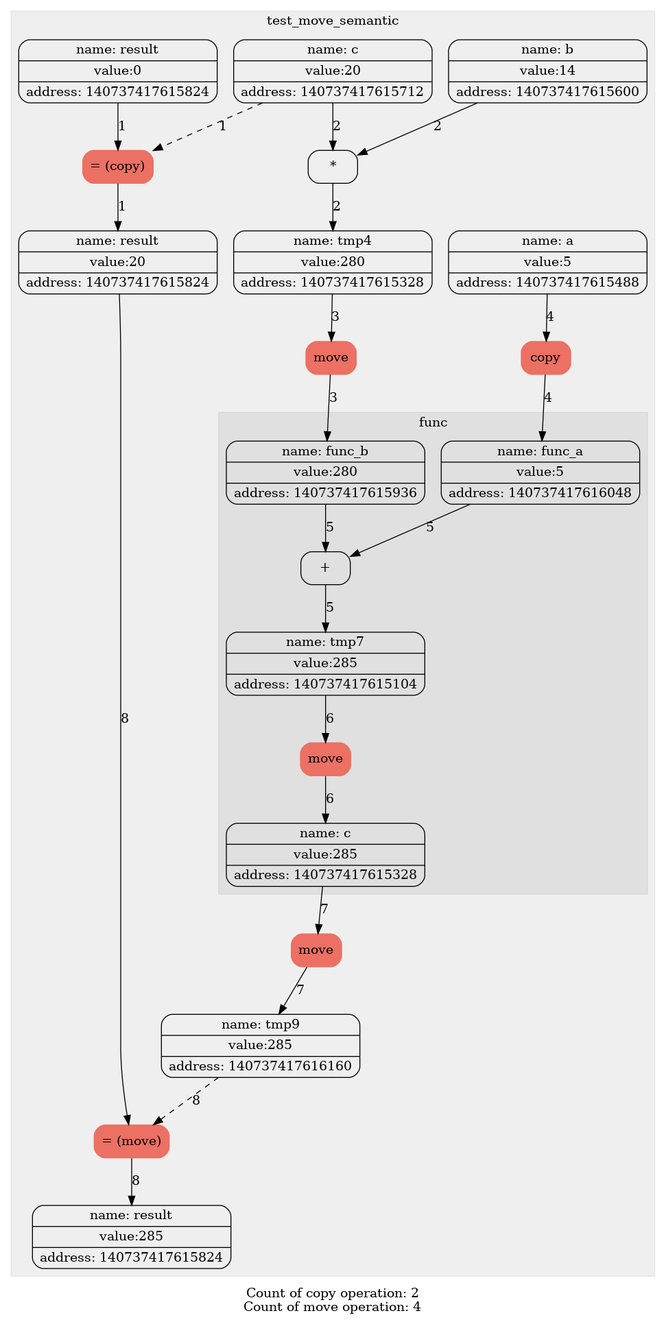
Before: diagrams/graph_wrong_move.png, a diagram exported from Graphviz (levasemin/Move_Semantic). Its source is kept beside it as diagrams/graph_wrong_move.dot.
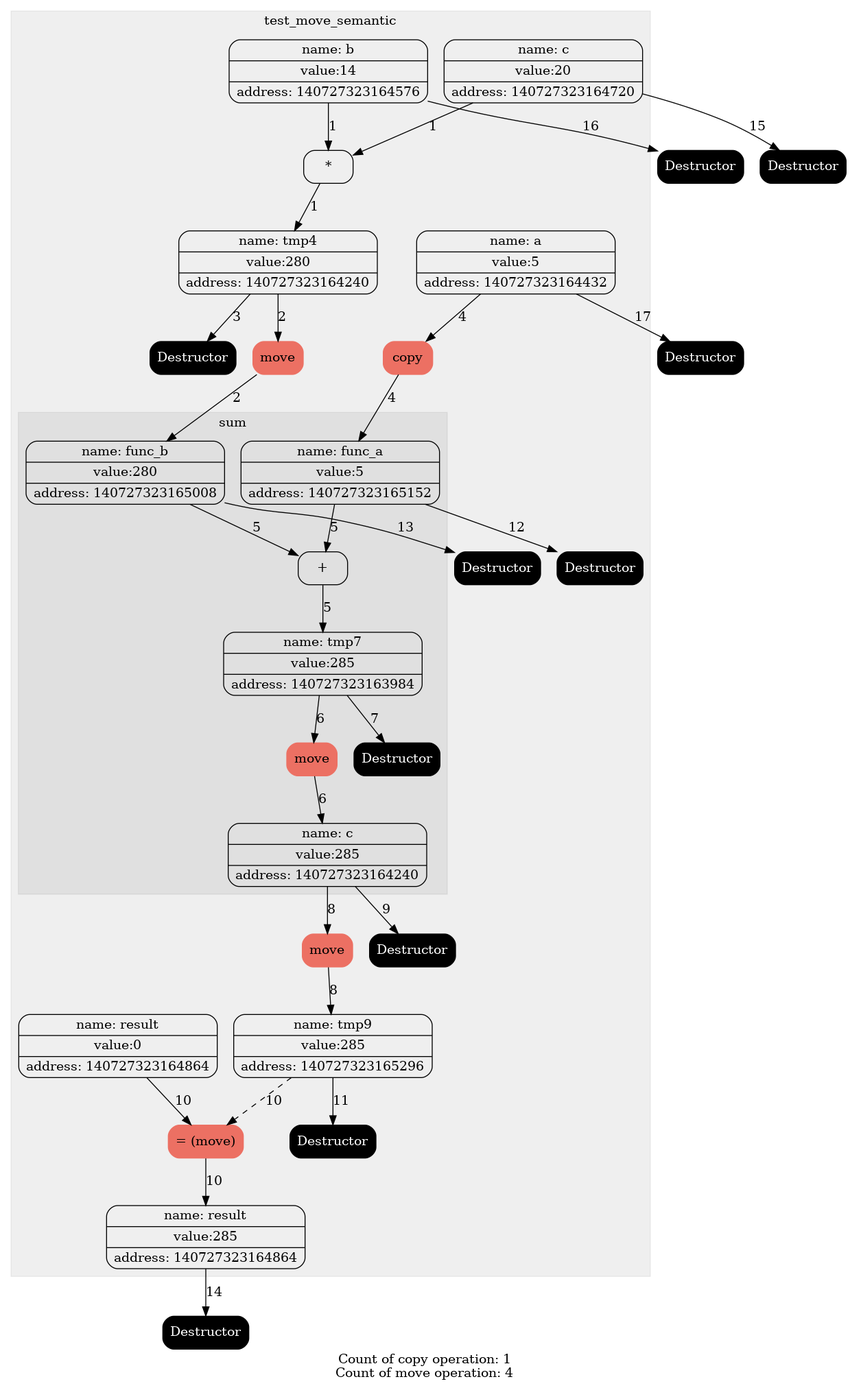
After the change.

The edit, as a diff of the source:
```diff
@@ -6,58 +6,73 @@
 label = test_move_semantic;
 style= filled
 color = "#00000010";
-1[label="{ {name: tmp0} | {value:5} | {address: 140737417615488}} " color=""style=""];
-1[label="{ {name: a} | {value:5} | {address: 140737417615488}} " color=""style=""];
-2[label="{ {name: tmp1} | {value:14} | {address: 140737417615600}} " color=""style=""];
-2[label="{ {name: b} | {value:14} | {address: 140737417615600}} " color=""style=""];
-3[label="{ {name: tmp2} | {value:20} | {address: 140737417615712}} " color=""style=""];
-3[label="{ {name: c} | {value:20} | {address: 140737417615712}} " color=""style=""];
-4[label="{ {name: tmp3} | {value:0} | {address: 140737417615824}} " color=""style=""];
-4[label="{ {name: result} | {value:0} | {address: 140737417615824}} " color=""style=""];
-5[label="= (copy)" color = "#EC7063" style = "filled"];
-edge[style = "" color = ""label = "1"]4->5;
-edge[style = "dashed" color = ""label = "1"]3->5;
-6[label="{ {name: result} | {value:20} | {address: 140737417615824}} " color=""style=""];
-edge[style = "" color = ""label = "1"]5->6;
-7[label="*" color = "" style = ""];
-edge[style = "" color = ""label = "2"]2->7;
-edge[style = "" color = ""label = "2"]3->7;
-8[label="{ {name: tmp4} | {value:280} | {address: 140737417615328}} " color=""style=""];
-edge[style = "" color = ""label = "2"]7->8;
-9[label="move" color = "#EC7063" style = "filled"];
-edge[style = "" color = ""label = "3"]8->9;
-10[label="{ {name: tmp5} | {value:280} | {address: 140737417615936}} " color=""style=""];
-edge[style = "" color = ""label = "3"]9->10;
-11[label="copy" color = "#EC7063" style = "filled"];
-edge[style = "" color = ""label = "4"]1->11;
-12[label="{ {name: tmp6} | {value:5} | {address: 140737417616048}} " color=""style=""];
-edge[style = "" color = ""label = "4"]11->12;
-12[label="{ {name: func_a} | {value:5} | {address: 140737417616048}} " color=""style=""];
-10[label="{ {name: func_b} | {value:280} | {address: 140737417615936}} " color=""style=""];
+1[label="{ {name: tmp0} | {value:5} | {address: 140727323164432}} " color=""style=""fontcolor=""];
+1[label="{ {name: a} | {value:5} | {address: 140727323164432}} " color=""style=""fontcolor=""];
+2[label="{ {name: tmp1} | {value:14} | {address: 140727323164576}} " color=""style=""fontcolor=""];
+2[label="{ {name: b} | {value:14} | {address: 140727323164576}} " color=""style=""fontcolor=""];
+3[label="{ {name: tmp2} | {value:20} | {address: 140727323164720}} " color=""style=""fontcolor=""];
+3[label="{ {name: c} | {value:20} | {address: 140727323164720}} " color=""style=""fontcolor=""];
+4[label="{ {name: tmp3} | {value:0} | {address: 140727323164864}} " color=""style=""fontcolor=""];
+4[label="{ {name: result} | {value:0} | {address: 140727323164864}} " color=""style=""fontcolor=""];
+5[label="*" color = "" style = ""fontcolor =""];
+edge[style = "" color = ""label = "1"fontcolor =""]2->5;
+edge[style = "" color = ""label = "1"fontcolor =""]3->5;
+6[label="{ {name: tmp4} | {value:280} | {address: 140727323164240}} " color=""style=""fontcolor=""];
+edge[style = "" color = ""label = "1"fontcolor =""]5->6;
+7[label="move" color = "#EC7063" style = "filled"fontcolor =""];
+edge[style = "" color = ""label = "2"fontcolor =""]6->7;
+8[label="{ {name: tmp5} | {value:280} | {address: 140727323165008}} " color=""style=""fontcolor=""];
+edge[style = "" color = ""label = "2"fontcolor =""]7->8;
+9[label="Destructor" color = "black" style = "filled"fontcolor ="white"];
+edge[style = "" color = ""label = "3"fontcolor =""]6->9;
+10[label="copy" color = "#EC7063" style = "filled"fontcolor =""];
+edge[style = "" color = ""label = "4"fontcolor =""]1->10;
+11[label="{ {name: tmp6} | {value:5} | {address: 140727323165152}} " color=""style=""fontcolor=""];
+edge[style = "" color = ""label = "4"fontcolor =""]10->11;
 subgraph "cluster_1" {
-label = func;
+label = sum;
 style= filled
 color = "#00000010";
-13[label="+" color = "" style = ""];
-edge[style = "" color = ""label = "5"]12->13;
-edge[style = "" color = ""label = "5"]10->13;
-14[label="{ {name: tmp7} | {value:285} | {address: 140737417615104}} " color=""style=""];
-edge[style = "" color = ""label = "5"]13->14;
-15[label="move" color = "#EC7063" style = "filled"];
-edge[style = "" color = ""label = "6"]14->15;
-16[label="{ {name: tmp8} | {value:285} | {address: 140737417615328}} " color=""style=""];
-edge[style = "" color = ""label = "6"]15->16;
-16[label="{ {name: c} | {value:285} | {address: 140737417615328}} " color=""style=""];
+11[label="{ {name: func_a} | {value:5} | {address: 140727323165152}} " color=""style=""fontcolor=""];
+8[label="{ {name: func_b} | {value:280} | {address: 140727323165008}} " color=""style=""fontcolor=""];
+12[label="+" color = "" style = ""fontcolor =""];
+edge[style = "" color = ""label = "5"fontcolor =""]11->12;
+edge[style = "" color = ""label = "5"fontcolor =""]8->12;
+13[label="{ {name: tmp7} | {value:285} | {address: 140727323163984}} " color=""style=""fontcolor=""];
+edge[style = "" color = ""label = "5"fontcolor =""]12->13;
+14[label="move" color = "#EC7063" style = "filled"fontcolor =""];
+edge[style = "" color = ""label = "6"fontcolor =""]13->14;
+15[label="{ {name: tmp8} | {value:285} | {address: 140727323164240}} " color=""style=""fontcolor=""];
+edge[style = "" color = ""label = "6"fontcolor =""]14->15;
+16[label="Destructor" color = "black" style = "filled"fontcolor ="white"];
+edge[style = "" color = ""label = "7"fontcolor =""]13->16;
+15[label="{ {name: c} | {value:285} | {address: 140727323164240}} " color=""style=""fontcolor=""];
 }
-17[label="move" color = "#EC7063" style = "filled"];
-edge[style = "" color = ""label = "7"]16->17;
-18[label="{ {name: tmp9} | {value:285} | {address: 140737417616160}} " color=""style=""];
-edge[style = "" color = ""label = "7"]17->18;
-19[label="= (move)" color = "#EC7063" style = "filled"];
-edge[style = "" color = ""label = "8"]6->19;
-edge[style = "dashed" color = ""label = "8"]18->19;
-20[label="{ {name: result} | {value:285} | {address: 140737417615824}} " color=""style=""];
-edge[style = "" color = ""label = "8"]19->20;
+17[label="move" color = "#EC7063" style = "filled"fontcolor =""];
+edge[style = "" color = ""label = "8"fontcolor =""]15->17;
+18[label="{ {name: tmp9} | {value:285} | {address: 140727323165296}} " color=""style=""fontcolor=""];
+edge[style = "" color = ""label = "8"fontcolor =""]17->18;
+19[label="Destructor" color = "black" style = "filled"fontcolor ="white"];
+edge[style = "" color = ""label = "9"fontcolor =""]15->19;
+20[label="= (move)" color = "#EC7063" style = "filled"fontcolor =""];
+edge[style = "" color = ""label = "10"fontcolor =""]4->20;
+edge[style = "dashed" color = ""label = "10"fontcolor =""]18->20;
+21[label="{ {name: result} | {value:285} | {address: 140727323164864}} " color=""style=""fontcolor=""];
+edge[style = "" color = ""label = "10"fontcolor =""]20->21;
+22[label="Destructor" color = "black" style = "filled"fontcolor ="white"];
+edge[style = "" color = ""label = "11"fontcolor =""]18->22;
+23[label="Destructor" color = "black" style = "filled"fontcolor ="white"];
+edge[style = "" color = ""label = "12"fontcolor =""]11->23;
+24[label="Destructor" color = "black" style = "filled"fontcolor ="white"];
+edge[style = "" color = ""label = "13"fontcolor =""]8->24;
 }
-label="Count of copy operation: 2
+25[label="Destructor" color = "black" style = "filled"fontcolor ="white"];
+edge[style = "" color = ""label = "14"fontcolor =""]21->25;
+26[label="Destructor" color = "black" style = "filled"fontcolor ="white"];
+edge[style = "" color = ""label = "15"fontcolor =""]3->26;
+27[label="Destructor" color = "black" style = "filled"fontcolor ="white"];
+edge[style = "" color = ""label = "16"fontcolor =""]2->27;
+28[label="Destructor" color = "black" style = "filled"fontcolor ="white"];
+edge[style = "" color = ""label = "17"fontcolor =""]1->28;
+label="Count of copy operation: 1
 Count of move operation: 4"}
```
